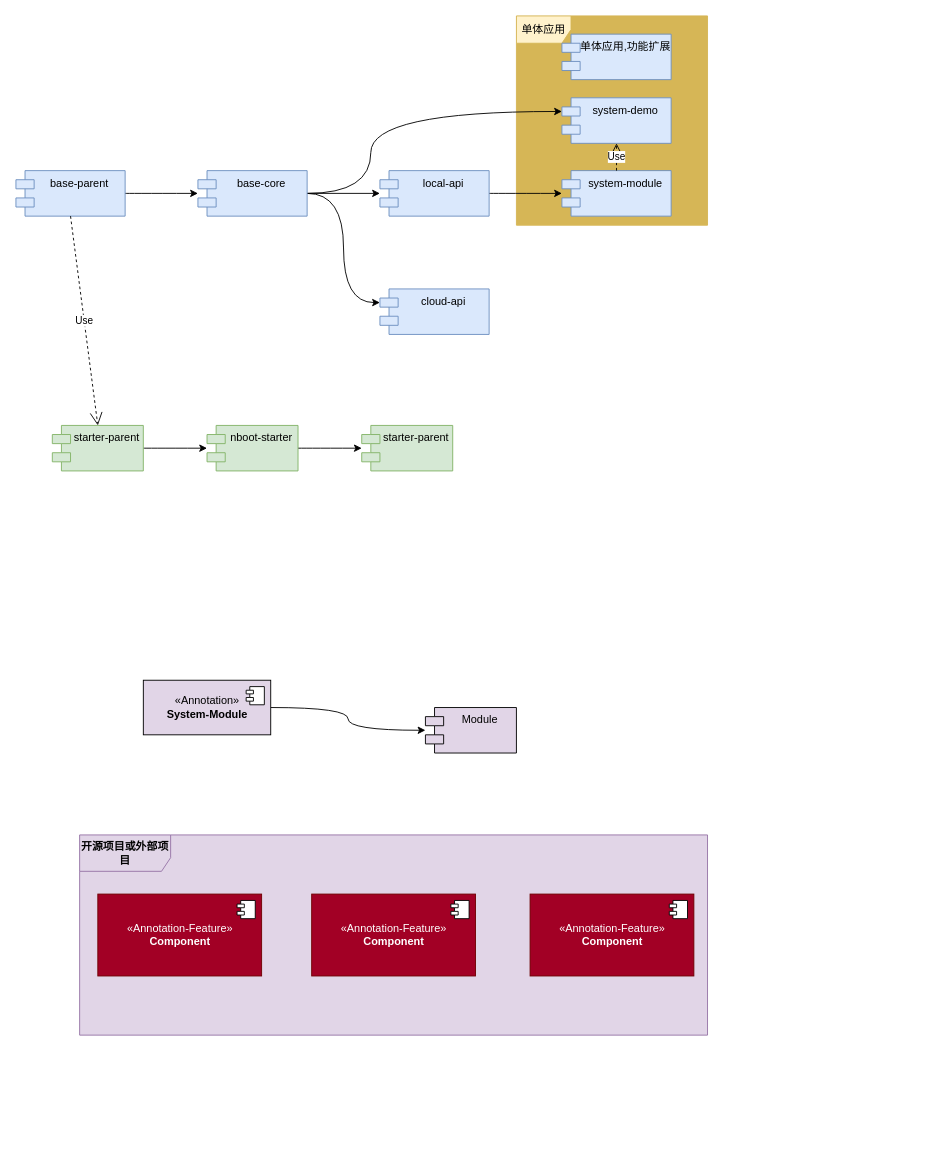
This is page "Page-1" (1 of 2) of ddd.drawio from gg2herry/drawio, a draw.io file, before an edit. Source tidied: cells renumbered, new cells numbered last; positions are measured from the earlier drawing's top-left corner, leaving out a move shared by most shapes. Both pictures are drawn from the tidied source at 91%, with x=0, y=0 at pixel (15, 15).
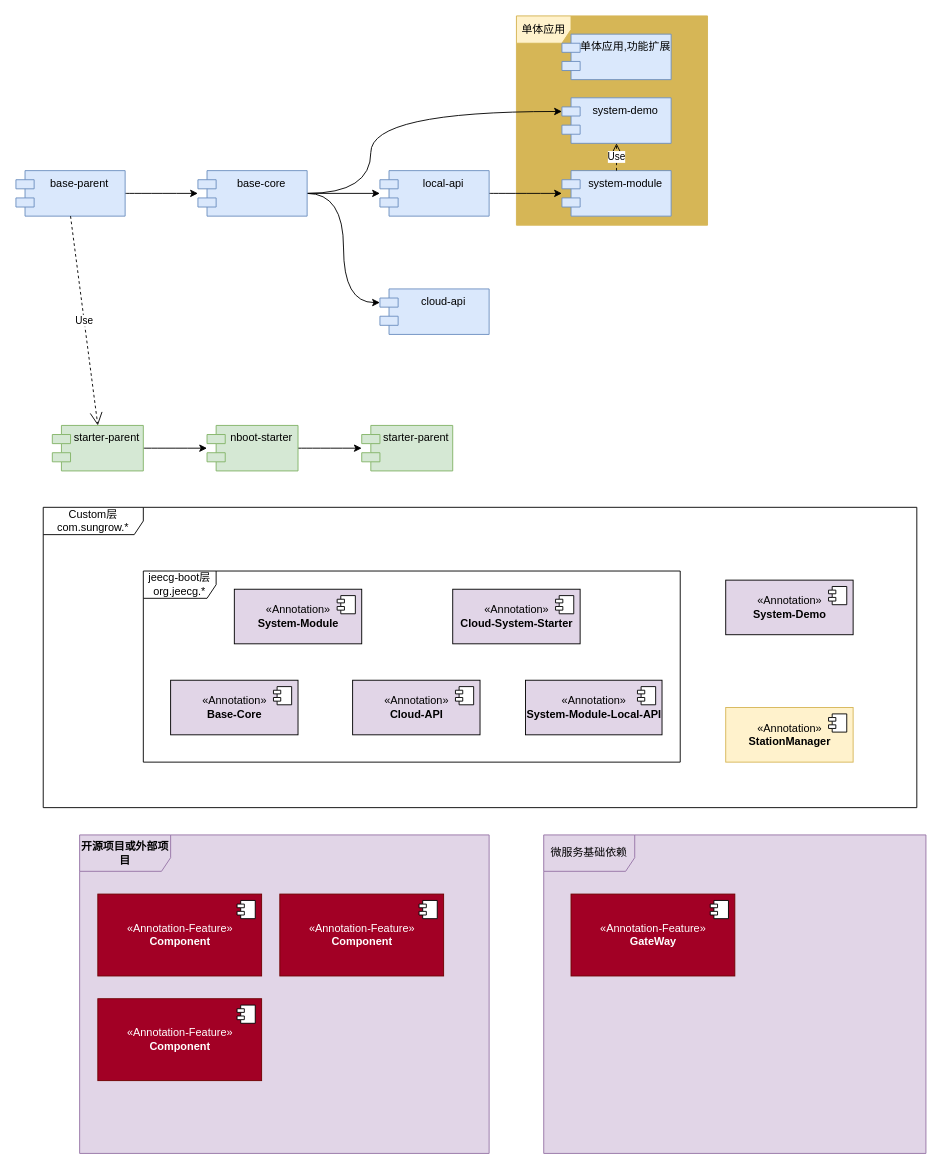
Above is the later version.

What changed in the source:
```diff
@@
+    <mxCell id="22" value="&lt;b&gt;开源项目或外部项目&lt;/b&gt;" style="shape=umlFrame;whiteSpace=wrap;html=1;shadow=0;strokeColor=#9673a6;swimlaneFillColor=#E1D5E7;fillColor=#E1D5E7;width=100;height=40;" parent="1" vertex="1">
+      <mxGeometry x="70" y="900" width="450" height="350" as="geometry" />
+    </mxCell>
+    <mxCell id="33" value="Custom层&lt;br&gt;com.sungrow.*" style="shape=umlFrame;whiteSpace=wrap;html=1;width=110;height=30;" parent="1" vertex="1">
+      <mxGeometry x="30" y="540" width="960" height="330" as="geometry" />
+    </mxCell>
+    <mxCell id="34" value="jeecg-boot层&lt;br&gt;org.jeecg.*" style="shape=umlFrame;whiteSpace=wrap;html=1;width=80;height=30;" parent="1" vertex="1">
+      <mxGeometry x="140" y="610" width="590" height="210" as="geometry" />
+    </mxCell>
@@
-    <mxCell id="22" value="&lt;b&gt;开源项目或外部项目&lt;/b&gt;" style="shape=umlFrame;whiteSpace=wrap;html=1;shadow=0;strokeColor=#9673a6;swimlaneFillColor=#E1D5E7;fillColor=#E1D5E7;width=100;height=40;" parent="1" vertex="1">
-      <mxGeometry x="70" y="900" width="690" height="220" as="geometry" />
-    </mxCell>
-    <mxCell id="23" style="edgeStyle=orthogonalEdgeStyle;curved=1;rounded=0;jettySize=auto;html=1;entryX=0;entryY=0.5;entryDx=0;entryDy=0;entryPerimeter=0;" parent="1" edge="1" source="24" target="26">
-      <mxGeometry relative="1" as="geometry" />
-    </mxCell>
     <mxCell id="24" value="«Annotation»&lt;br&gt;&lt;b&gt;System-Module&lt;/b&gt;" style="html=1;shadow=0;fillColor=#E1D5E7;gradientColor=none;" parent="1" vertex="1">
-      <mxGeometry x="140" y="730" width="140" height="60" as="geometry" />
+      <mxGeometry x="240" y="630" width="140" height="60" as="geometry" />
     </mxCell>
@@
-    <mxCell id="26" value="Module" style="shape=module;align=left;spacingLeft=20;align=center;verticalAlign=top;shadow=0;fillColor=#E1D5E7;gradientColor=none;" parent="1" vertex="1">
-      <mxGeometry x="450" y="760" width="100" height="50" as="geometry" />
-    </mxCell>
@@
     <mxCell id="29" value="«Annotation-Feature»&lt;br&gt;&lt;b&gt;Component&lt;/b&gt;" style="html=1;shadow=0;fillColor=#a20025;strokeColor=#6F0000;fontColor=#ffffff;" parent="1" vertex="1">
-      <mxGeometry x="325" y="965" width="180" height="90" as="geometry" />
+      <mxGeometry x="90" y="1080" width="180" height="90" as="geometry" />
     </mxCell>
@@
     <mxCell id="31" value="«Annotation-Feature»&lt;br&gt;&lt;b&gt;Component&lt;/b&gt;" style="html=1;shadow=0;fillColor=#a20025;strokeColor=#6F0000;fontColor=#ffffff;" parent="1" vertex="1">
-      <mxGeometry x="565" y="965" width="180" height="90" as="geometry" />
+      <mxGeometry x="290" y="965" width="180" height="90" as="geometry" />
     </mxCell>
@@
+    <mxCell id="35" value="微服务基础依赖" style="shape=umlFrame;whiteSpace=wrap;html=1;shadow=0;strokeColor=#9673a6;swimlaneFillColor=#E1D5E7;fillColor=#E1D5E7;width=100;height=40;" parent="1" vertex="1">
+      <mxGeometry x="580" y="900" width="420" height="350" as="geometry" />
+    </mxCell>
+    <mxCell id="36" value="«Annotation»&lt;br&gt;&lt;b&gt;Base-Core&lt;/b&gt;" style="html=1;shadow=0;fillColor=#E1D5E7;gradientColor=none;" parent="1" vertex="1">
+      <mxGeometry x="170" y="730" width="140" height="60" as="geometry" />
+    </mxCell>
+    <mxCell id="37" style="shape=module;jettyWidth=8;jettyHeight=4;" parent="36" vertex="1">
+      <mxGeometry x="1" width="20" height="20" relative="1" as="geometry">
+        <mxPoint x="-27" y="7" as="offset" />
+      </mxGeometry>
+    </mxCell>
+    <mxCell id="38" value="«Annotation»&lt;br&gt;&lt;b&gt;Cloud-API&lt;/b&gt;" style="html=1;shadow=0;fillColor=#E1D5E7;gradientColor=none;" parent="1" vertex="1">
+      <mxGeometry x="370" y="730" width="140" height="60" as="geometry" />
+    </mxCell>
+    <mxCell id="39" style="shape=module;jettyWidth=8;jettyHeight=4;" parent="38" vertex="1">
+      <mxGeometry x="1" width="20" height="20" relative="1" as="geometry">
+        <mxPoint x="-27" y="7" as="offset" />
+      </mxGeometry>
+    </mxCell>
+    <mxCell id="40" value="«Annotation»&lt;br&gt;&lt;b&gt;System-Module-Local-API&lt;/b&gt;" style="html=1;shadow=0;fillColor=#E1D5E7;gradientColor=none;" parent="1" vertex="1">
+      <mxGeometry x="560" y="730" width="150" height="60" as="geometry" />
+    </mxCell>
+    <mxCell id="41" style="shape=module;jettyWidth=8;jettyHeight=4;" parent="40" vertex="1">
+      <mxGeometry x="1" width="20" height="20" relative="1" as="geometry">
+        <mxPoint x="-27" y="7" as="offset" />
+      </mxGeometry>
+    </mxCell>
+    <mxCell id="42" value="«Annotation»&lt;br&gt;&lt;b&gt;Cloud-System-Starter&lt;/b&gt;" style="html=1;shadow=0;fillColor=#E1D5E7;gradientColor=none;" parent="1" vertex="1">
+      <mxGeometry x="480" y="630" width="140" height="60" as="geometry" />
+    </mxCell>
+    <mxCell id="43" style="shape=module;jettyWidth=8;jettyHeight=4;" parent="42" vertex="1">
+      <mxGeometry x="1" width="20" height="20" relative="1" as="geometry">
+        <mxPoint x="-27" y="7" as="offset" />
+      </mxGeometry>
+    </mxCell>
+    <mxCell id="44" value="«Annotation-Feature»&lt;br&gt;&lt;b&gt;GateWay&lt;/b&gt;" style="html=1;shadow=0;fillColor=#a20025;strokeColor=#6F0000;fontColor=#ffffff;" parent="1" vertex="1">
+      <mxGeometry x="610" y="965" width="180" height="90" as="geometry" />
+    </mxCell>
+    <mxCell id="45" style="shape=module;jettyWidth=8;jettyHeight=4;" parent="44" vertex="1">
+      <mxGeometry x="1" width="20" height="20" relative="1" as="geometry">
+        <mxPoint x="-27" y="7" as="offset" />
+      </mxGeometry>
+    </mxCell>
+    <mxCell id="46" value="«Annotation»&lt;br&gt;&lt;b&gt;System-Demo&lt;/b&gt;" style="html=1;shadow=0;fillColor=#E1D5E7;gradientColor=none;" parent="1" vertex="1">
+      <mxGeometry x="780" y="620" width="140" height="60" as="geometry" />
+    </mxCell>
+    <mxCell id="47" style="shape=module;jettyWidth=8;jettyHeight=4;" parent="46" vertex="1">
+      <mxGeometry x="1" width="20" height="20" relative="1" as="geometry">
+        <mxPoint x="-27" y="7" as="offset" />
+      </mxGeometry>
+    </mxCell>
+    <mxCell id="48" value="«Annotation»&lt;br&gt;&lt;b&gt;StationManager&lt;/b&gt;" style="html=1;shadow=0;fillColor=#fff2cc;strokeColor=#d6b656;" parent="1" vertex="1">
+      <mxGeometry x="780" y="760" width="140" height="60" as="geometry" />
+    </mxCell>
+    <mxCell id="49" style="shape=module;jettyWidth=8;jettyHeight=4;" parent="48" vertex="1">
+      <mxGeometry x="1" width="20" height="20" relative="1" as="geometry">
+        <mxPoint x="-27" y="7" as="offset" />
+      </mxGeometry>
+    </mxCell>
```
